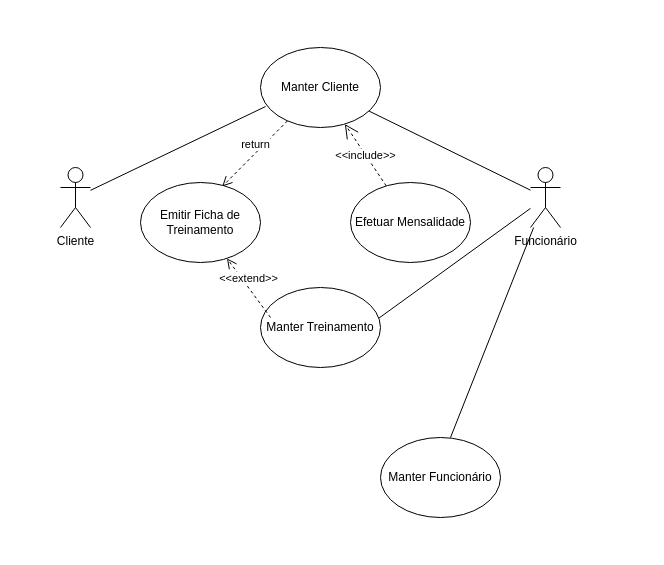
leksansilva/front keeps this draw.io diagram as Testando.drawio. Above is the earlier version. Source tidied: cells renumbered, new cells numbered last; positions are measured from the earlier drawing's top-left corner, leaving out a move shared by most shapes. Both pictures are drawn from the tidied source at 100%, with x=0, y=0 at pixel (60, 47).
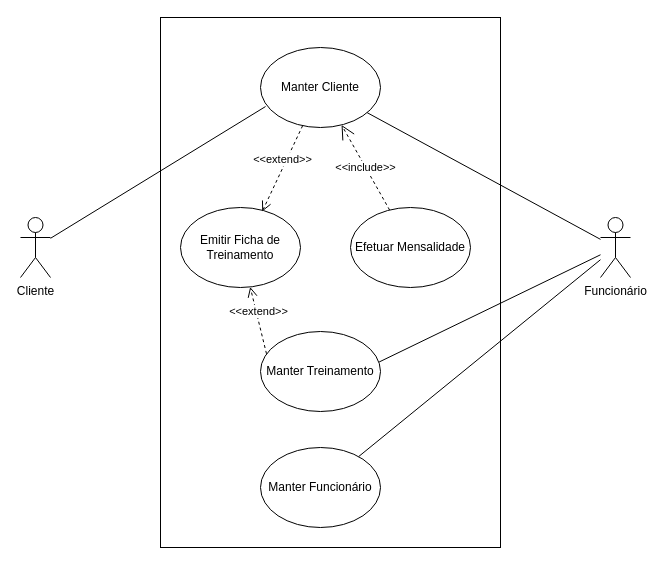
Above is the later version.

The edit, as a diff of the source:
```diff
@@
 <mxGraphModel>
   <root>
     <mxCell id="0" />
     <mxCell id="1" parent="0" />
     <mxCell id="2" value="Cliente" style="shape=umlActor;verticalLabelPosition=bottom;verticalAlign=top;html=1;outlineConnect=0;" parent="1" vertex="1">
-      <mxGeometry y="120" width="30" height="60" as="geometry" />
+      <mxGeometry x="-40" y="170" width="30" height="60" as="geometry" />
     </mxCell>
     <mxCell id="3" value="Funcionário" style="shape=umlActor;verticalLabelPosition=bottom;verticalAlign=top;html=1;outlineConnect=0;" parent="1" vertex="1">
-      <mxGeometry x="470" y="120" width="30" height="60" as="geometry" />
+      <mxGeometry x="540" y="170" width="30" height="60" as="geometry" />
     </mxCell>
     <mxCell id="4" value="Manter Cliente" style="ellipse;whiteSpace=wrap;html=1;" parent="1" vertex="1">
       <mxGeometry x="200" width="120" height="80" as="geometry" />
     </mxCell>
     <mxCell id="5" value="Manter Funcionário" style="ellipse;whiteSpace=wrap;html=1;" parent="1" vertex="1">
-      <mxGeometry x="320" y="390" width="120" height="80" as="geometry" />
+      <mxGeometry x="200" y="400" width="120" height="80" as="geometry" />
     </mxCell>
     <mxCell id="6" value="Emitir Ficha de Treinamento" style="ellipse;whiteSpace=wrap;html=1;" parent="1" vertex="1">
-      <mxGeometry x="80" y="135" width="120" height="80" as="geometry" />
+      <mxGeometry x="120" y="160" width="120" height="80" as="geometry" />
     </mxCell>
     <mxCell id="7" value="Efetuar Mensalidade" style="ellipse;whiteSpace=wrap;html=1;" parent="1" vertex="1">
-      <mxGeometry x="290" y="135" width="120" height="80" as="geometry" />
+      <mxGeometry x="290" y="160" width="120" height="80" as="geometry" />
     </mxCell>
     <mxCell id="8" value="Manter Treinamento" style="ellipse;whiteSpace=wrap;html=1;" parent="1" vertex="1">
-      <mxGeometry x="200" y="240" width="120" height="80" as="geometry" />
+      <mxGeometry x="200" y="284" width="120" height="80" as="geometry" />
     </mxCell>
     <mxCell id="9" style="endArrow=none;html=1;entryX=0.042;entryY=0.738;entryDx=0;entryDy=0;entryPerimeter=0;" parent="1" edge="1" source="2" target="4">
       <mxGeometry relative="1" as="geometry" />
     </mxCell>
     <mxCell id="10" style="endArrow=none;html=1;" parent="1" edge="1" source="4" target="3">
       <mxGeometry relative="1" as="geometry" />
     </mxCell>
-    <mxCell id="11" style="endArrow=none;html=1;" parent="1" edge="1" target="3">
-      <mxGeometry relative="1" as="geometry">
-        <mxPoint x="390" y="390" as="sourcePoint" />
-      </mxGeometry>
+    <mxCell id="11" style="endArrow=none;html=1;" parent="1" edge="1" source="5" target="3">
+      <mxGeometry relative="1" as="geometry" />
     </mxCell>
     <mxCell id="12" value="&amp;lt;&amp;lt;include&amp;gt;&amp;gt;" style="endArrow=open;endSize=12;dashed=1;html=1;" parent="1" edge="1" source="7" target="4">
       <mxGeometry relative="1" as="geometry" />
     </mxCell>
-    <mxCell id="13" value="&amp;lt;&amp;lt;extend&amp;gt;&amp;gt;" style="html=1;verticalAlign=bottom;endArrow=open;dashed=1;endSize=8;" parent="1" edge="1" target="6">
-      <mxGeometry relative="1" as="geometry">
-        <mxPoint x="210" y="270" as="sourcePoint" />
-      </mxGeometry>
+    <mxCell id="13" value="&amp;lt;&amp;lt;extend&amp;gt;&amp;gt;" style="html=1;verticalAlign=bottom;endArrow=open;dashed=1;endSize=8;exitX=0.05;exitY=0.279;exitDx=0;exitDy=0;exitPerimeter=0;" parent="1" edge="1" source="8" target="6">
+      <mxGeometry relative="1" as="geometry" />
     </mxCell>
     <mxCell id="14" style="endArrow=none;html=1;exitX=0.988;exitY=0.382;exitDx=0;exitDy=0;exitPerimeter=0;" parent="1" edge="1" source="8" target="3">
       <mxGeometry relative="1" as="geometry" />
     </mxCell>
-    <mxCell id="15" value="return" style="html=1;verticalAlign=bottom;endArrow=open;dashed=1;endSize=8;entryX=0.681;entryY=0.05;entryDx=0;entryDy=0;entryPerimeter=0;" parent="1" edge="1" source="4" target="6">
+    <mxCell id="15" value="&amp;lt;&amp;lt;extend&amp;gt;&amp;gt;" style="html=1;verticalAlign=bottom;endArrow=open;dashed=1;endSize=8;entryX=0.681;entryY=0.05;entryDx=0;entryDy=0;entryPerimeter=0;" parent="1" edge="1" source="4" target="6">
       <mxGeometry relative="1" as="geometry" />
     </mxCell>
+    <mxCell id="16" style="text;strokeColor=none;fillColor=none;align=left;verticalAlign=middle;spacingTop=-1;spacingLeft=4;spacingRight=4;labelPosition=right;" parent="1" vertex="1">
+      <mxGeometry x="170" y="350" width="20" height="14" as="geometry" />
+    </mxCell>
+    <mxCell id="17" style="rounded=0;whiteSpace=wrap;html=1;fillColor=none;" parent="1" vertex="1">
+      <mxGeometry x="100" y="-30" width="340" height="530" as="geometry" />
+    </mxCell>
   </root>
 </mxGraphModel>
```
